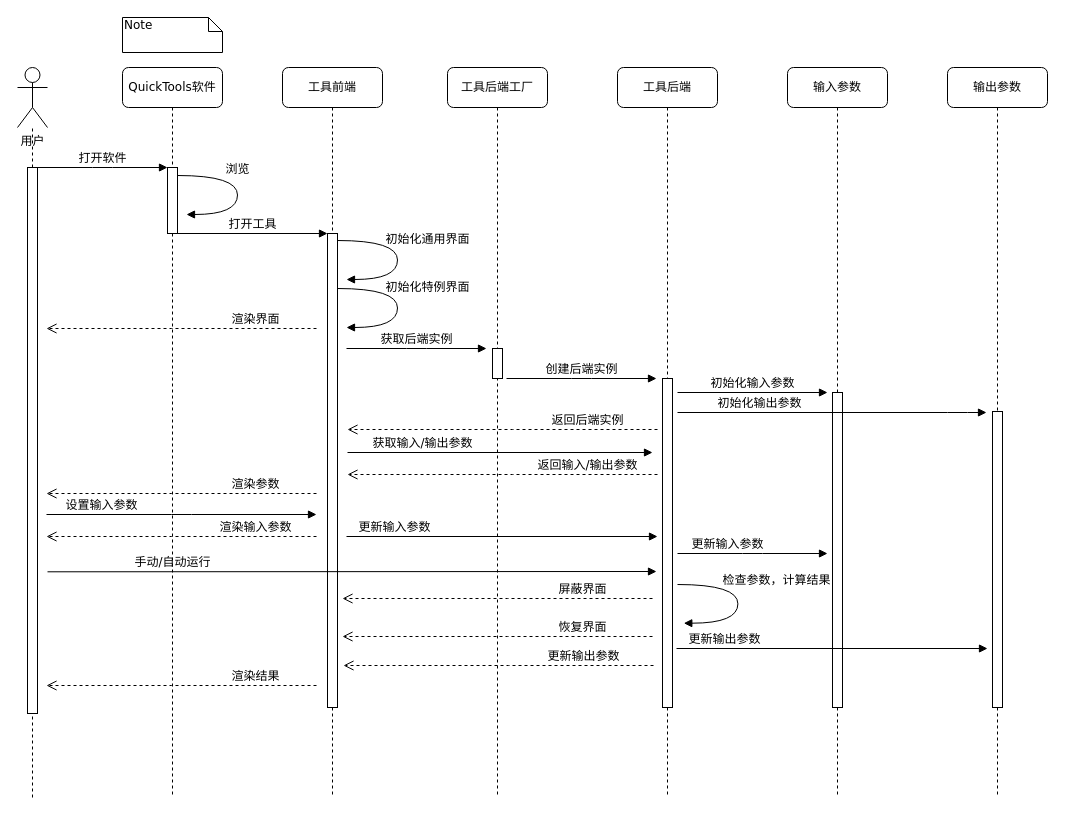
QWERDF007/QuickTools keeps this draw.io diagram as assets/design/时序图.drawio. Above is the earlier version. Source tidied: cells renumbered, new cells numbered last; positions are measured from the earlier drawing's top-left corner, leaving out a move shared by most shapes. Both pictures are drawn from the tidied source at 100%, with x=0, y=0 at pixel (17, 17).
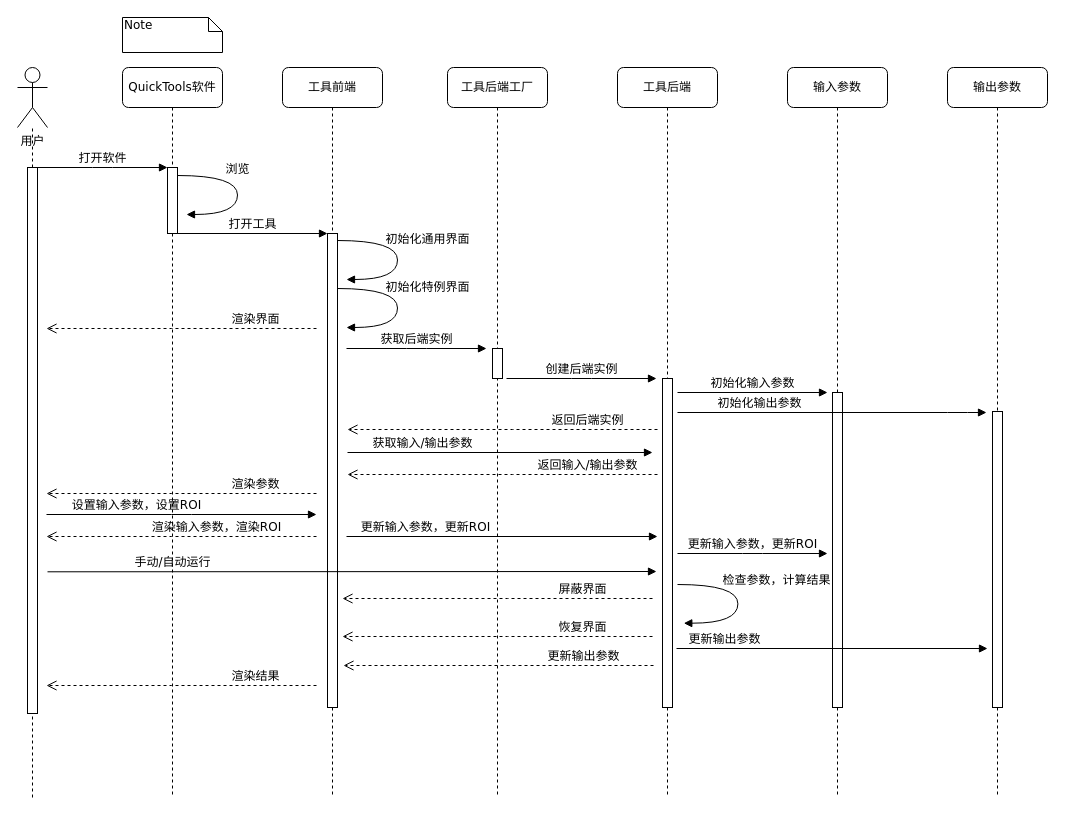
The same diagram, later.

Commit message:
更新时序图，添加ROI

The change refers to these unchanged cells:
```xml
<mxCell id="7" value="工具前端" style="shape=umlLifeline;perimeter=lifelinePerimeter;whiteSpace=wrap;html=1;rounded=1;shadow=0;comic=0;labelBackgroundColor=none;strokeWidth=1;fontFamily=Verdana;fontSize=12;align=center;" parent="1" vertex="1">
  <mxGeometry x="265" y="50" width="100" height="730" as="geometry" />
</mxCell>
<mxCell id="24" value="工具后端工厂" style="shape=umlLifeline;perimeter=lifelinePerimeter;whiteSpace=wrap;html=1;rounded=1;shadow=0;comic=0;labelBackgroundColor=none;strokeWidth=1;fontFamily=Verdana;fontSize=12;align=center;" parent="1" vertex="1">
  <mxGeometry x="430" y="50" width="100" height="730" as="geometry" />
</mxCell>
```

Diff of the diagram source:
```diff
@@
-    <mxCell id="8" value="渲染输入参数" style="html=1;verticalAlign=bottom;endArrow=open;dashed=1;endSize=8;labelBackgroundColor=none;fontFamily=Verdana;fontSize=12;edgeStyle=elbowEdgeStyle;elbow=vertical;" parent="7" edge="1">
-      <mxGeometry x="-0.55" relative="1" as="geometry">
+    <mxCell id="8" value="渲染输入参数，渲染ROI" style="html=1;verticalAlign=bottom;endArrow=open;dashed=1;endSize=8;labelBackgroundColor=none;fontFamily=Verdana;fontSize=12;edgeStyle=elbowEdgeStyle;elbow=vertical;" parent="7" edge="1">
+      <mxGeometry x="-0.26" relative="1" as="geometry">
         <mxPoint x="34" y="469" as="sourcePoint" />
         <mxPoint x="-236" y="469" as="targetPoint" />
       </mxGeometry>
     </mxCell>
@@
-    <mxCell id="26" value="更新输入参数" style="html=1;verticalAlign=bottom;endArrow=block;labelBackgroundColor=none;fontFamily=Verdana;fontSize=12;edgeStyle=elbowEdgeStyle;elbow=vertical;" parent="24" edge="1">
-      <mxGeometry x="-0.69" relative="1" as="geometry">
+    <mxCell id="26" value="更新输入参数，更新ROI" style="html=1;verticalAlign=bottom;endArrow=block;labelBackgroundColor=none;fontFamily=Verdana;fontSize=12;edgeStyle=elbowEdgeStyle;elbow=vertical;" parent="24" edge="1">
+      <mxGeometry x="-0.49" relative="1" as="geometry">
         <mxPoint x="-101" y="469" as="sourcePoint" />
         <mxPoint x="210" y="469" as="targetPoint" />
       </mxGeometry>
     </mxCell>
@@
-    <mxCell id="33" value="设置输入参数" style="html=1;verticalAlign=bottom;endArrow=block;labelBackgroundColor=none;fontFamily=Verdana;fontSize=12;edgeStyle=elbowEdgeStyle;elbow=vertical;" parent="1" edge="1">
-      <mxGeometry x="-0.59" relative="1" as="geometry">
+    <mxCell id="33" value="设置输入参数，设置ROI" style="html=1;verticalAlign=bottom;endArrow=block;labelBackgroundColor=none;fontFamily=Verdana;fontSize=12;edgeStyle=elbowEdgeStyle;elbow=vertical;" parent="1" edge="1">
+      <mxGeometry x="-0.33" relative="1" as="geometry">
         <mxPoint x="29" y="497" as="sourcePoint" />
         <mxPoint x="299" y="497" as="targetPoint" />
       </mxGeometry>
     </mxCell>
@@
-    <mxCell id="38" value="更新输入参数" style="html=1;verticalAlign=bottom;endArrow=block;labelBackgroundColor=none;fontFamily=Verdana;fontSize=12;edgeStyle=elbowEdgeStyle;elbow=vertical;" parent="1" edge="1">
-      <mxGeometry x="-0.33" relative="1" as="geometry">
+    <mxCell id="38" value="更新输入参数，更新ROI" style="html=1;verticalAlign=bottom;endArrow=block;labelBackgroundColor=none;fontFamily=Verdana;fontSize=12;edgeStyle=elbowEdgeStyle;elbow=vertical;" parent="1" edge="1">
+      <mxGeometry relative="1" as="geometry">
         <mxPoint x="660" y="536" as="sourcePoint" />
         <mxPoint x="810" y="536" as="targetPoint" />
       </mxGeometry>
     </mxCell>
```
